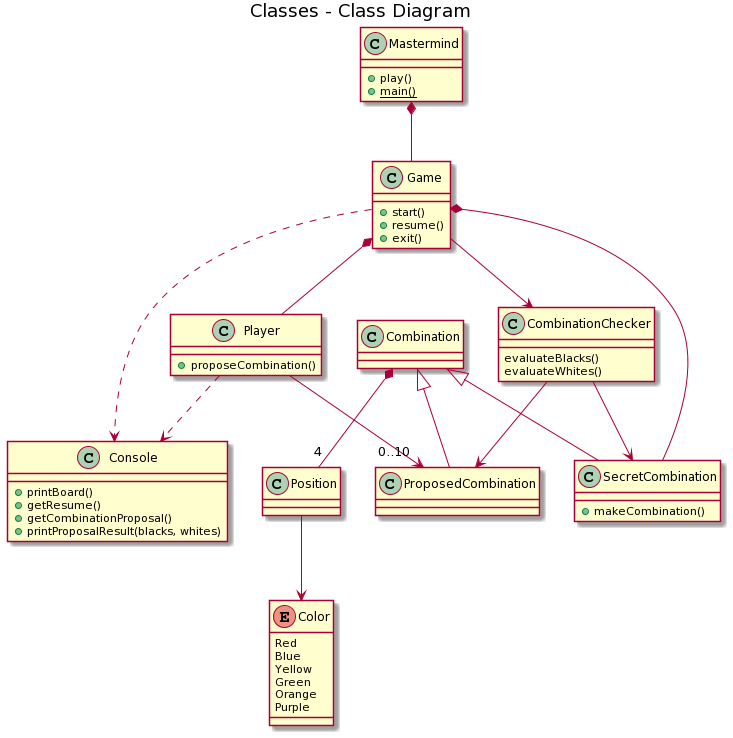
The PlantUML diagram mastermind-vista-publica.png in Master-Desarrollo-20-21/ejercicio-2-vista-publica-clases-mastermind-ferllop, before a commit. Source of this version:
```plantuml
@startuml
title Classes - Class Diagram

class Mastermind {
    +play()
    +{static} main()
}
Mastermind *-- Game

class Game {
    +start()
    +resume()
    +exit()
}

Game *-- SecretCombination
Game *-- Player
Game --> CombinationChecker
Game ..> Console

class Combination{}
Combination *-- "4" Position
Combination <|-- SecretCombination
Combination <|-- ProposedCombination

class Position {

}
Position --> Color



class SecretCombination {
    +makeCombination()
}

class CombinationChecker {
    evaluateBlacks()
    evaluateWhites()
}
CombinationChecker --> SecretCombination
CombinationChecker --> ProposedCombination

class Player {
    +proposeCombination()
}
Player --> "0..10"ProposedCombination
Player ..> Console

class Console {
    +printBoard()
    +getResume()
    +getCombinationProposal()
    +printProposalResult(blacks, whites)
}

Enum Color {
    Red
    Blue
    Yellow
    Green
    Orange
    Purple
}
@enduml
```
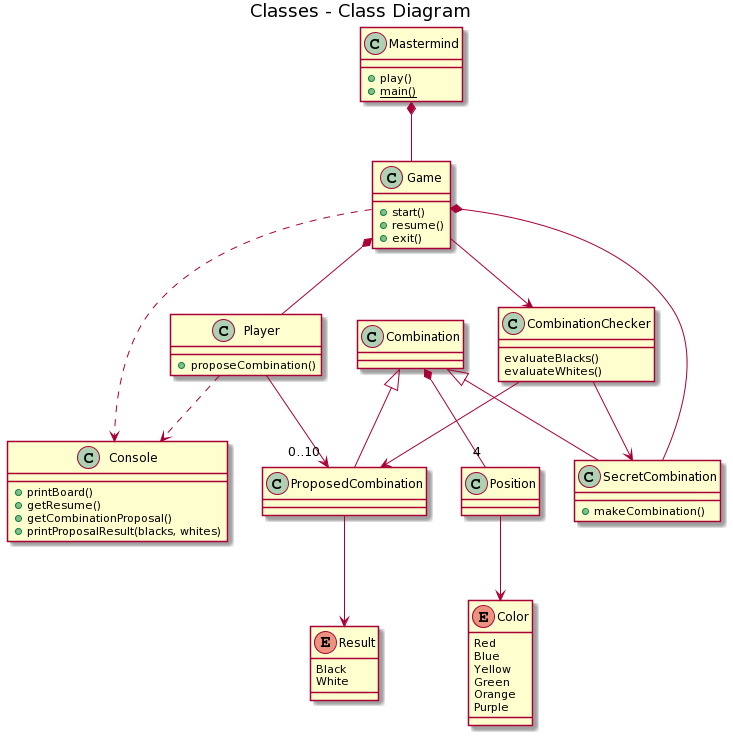
Later version of the same file.

Commit message:
add enum result in png

Diff of the diagram source:
```diff
@@ -22,6 +22,7 @@
 Combination *-- "4" Position
 Combination <|-- SecretCombination
 Combination <|-- ProposedCombination
+ProposedCombination --> Result
 
 class Position {
 
@@ -62,4 +63,9 @@
     Orange
     Purple
 }
+
+Enum Result {
+    Black
+    White
+}
 @enduml
```
